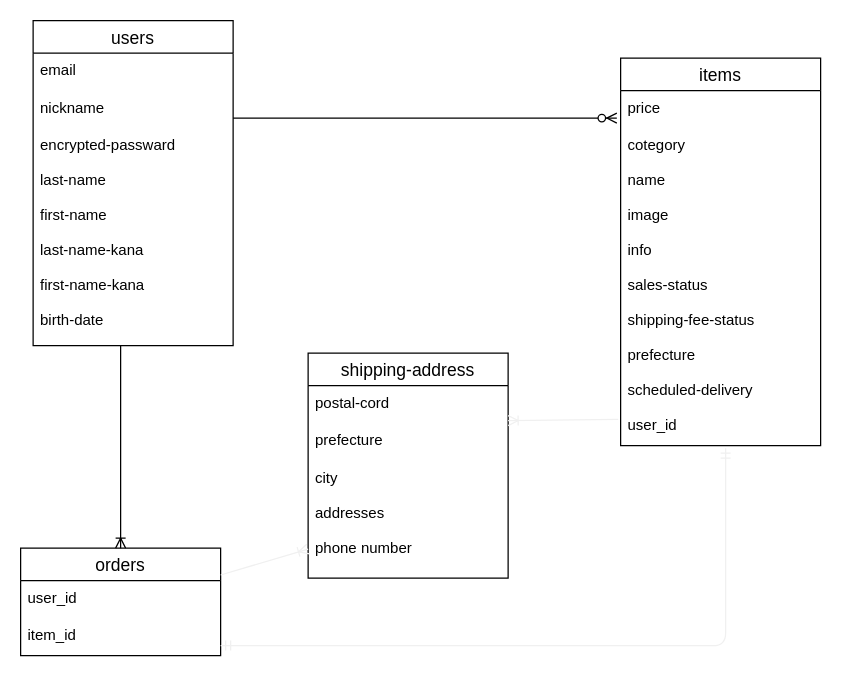
takagi-souma/furima-33513 keeps this draw.io diagram as ER.dio. Above is the earlier version. Source tidied: cells renumbered, new cells numbered last; positions are measured from the earlier drawing's top-left corner, leaving out a move shared by most shapes. Both pictures are drawn from the tidied source at 125%, with x=0, y=0 at pixel (20, 20).
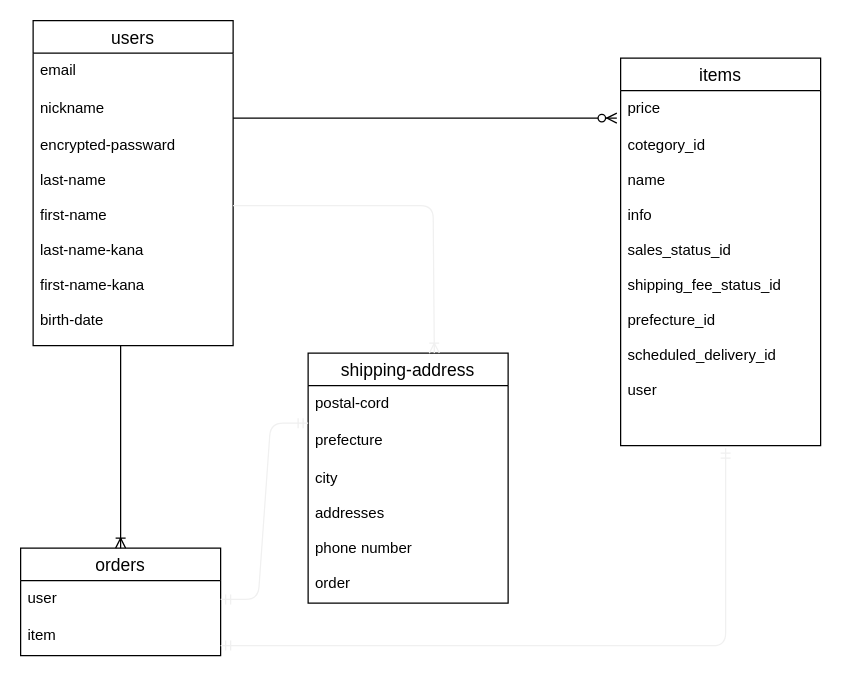
The same diagram, later.

The change refers to these unchanged cells:
```xml
<mxCell id="2" value="items" style="swimlane;fontStyle=0;horizontal=1;startSize=26;align=center;fontSize=14;" parent="1" vertex="1">
  <mxGeometry x="480" y="30" width="160" height="310" as="geometry" />
</mxCell>
<mxCell id="8" value="encrypted-passward&#10;&#10;last-name&#10;&#10;first-name&#10;&#10;last-name-kana&#10;&#10;first-name-kana&#10;&#10;birth-date" style="text;strokeColor=none;fillColor=none;spacingLeft=4;spacingRight=4;overflow=hidden;points=[[0,0.5],[1,0.5]];portConstraint=eastwest;fontSize=12;" parent="5" vertex="1">
  <mxGeometry y="86" width="160" height="174" as="geometry" />
</mxCell>
<mxCell id="10" value="orders" style="swimlane;fontStyle=0;horizontal=1;startSize=26;align=center;fontSize=14;" parent="1" vertex="1">
  <mxGeometry y="422" width="160" height="86" as="geometry" />
</mxCell>
```

Change to the diagram source:
```diff
@@
-    <mxCell id="4" value="cotegory&#10;&#10;name&#10;&#10;image&#10;&#10;info&#10;&#10;sales-status&#10;&#10;shipping-fee-status&#10;&#10;prefecture&#10;&#10;scheduled-delivery&#10;&#10;user_id" style="text;strokeColor=none;fillColor=none;spacingLeft=4;spacingRight=4;overflow=hidden;points=[[0,0.5],[1,0.5]];portConstraint=eastwest;fontSize=12;" parent="2" vertex="1">
+    <mxCell id="4" value="cotegory_id&#10;&#10;name&#10;&#10;info&#10;&#10;sales_status_id&#10;&#10;shipping_fee_status_id&#10;&#10;prefecture_id&#10;&#10;scheduled_delivery_id&#10;&#10;user" style="text;strokeColor=none;fillColor=none;spacingLeft=4;spacingRight=4;overflow=hidden;points=[[0,0.5],[1,0.5]];portConstraint=eastwest;fontSize=12;" parent="2" vertex="1">
       <mxGeometry y="56" width="160" height="254" as="geometry" />
     </mxCell>
@@
-    <mxCell id="11" value="user_id" style="text;strokeColor=none;fillColor=none;spacingLeft=4;spacingRight=4;overflow=hidden;points=[[0,0.5],[1,0.5]];portConstraint=eastwest;fontSize=12;" parent="10" vertex="1">
+    <mxCell id="11" value="user" style="text;strokeColor=none;fillColor=none;spacingLeft=4;spacingRight=4;overflow=hidden;points=[[0,0.5],[1,0.5]];portConstraint=eastwest;fontSize=12;" parent="10" vertex="1">
       <mxGeometry y="26" width="160" height="30" as="geometry" />
     </mxCell>
-    <mxCell id="12" value="item_id" style="text;strokeColor=none;fillColor=none;spacingLeft=4;spacingRight=4;overflow=hidden;points=[[0,0.5],[1,0.5]];portConstraint=eastwest;fontSize=12;" parent="10" vertex="1">
+    <mxCell id="12" value="item" style="text;strokeColor=none;fillColor=none;spacingLeft=4;spacingRight=4;overflow=hidden;points=[[0,0.5],[1,0.5]];portConstraint=eastwest;fontSize=12;" parent="10" vertex="1">
       <mxGeometry y="56" width="160" height="30" as="geometry" />
     </mxCell>
     <mxCell id="13" value="shipping-address" style="swimlane;fontStyle=0;horizontal=1;startSize=26;align=center;fontSize=14;" parent="1" vertex="1">
-      <mxGeometry x="230" y="266" width="160" height="180" as="geometry" />
+      <mxGeometry x="230" y="266" width="160" height="200" as="geometry" />
     </mxCell>
@@
-    <mxCell id="15" style="fontSize=12;html=1;endArrow=ERoneToMany;strokeColor=#f0f0f0;exitX=-0.012;exitY=0.917;exitDx=0;exitDy=0;exitPerimeter=0;" parent="13" edge="1" source="4">
-      <mxGeometry relative="1" as="geometry">
-        <mxPoint x="160" y="54" as="targetPoint" />
-      </mxGeometry>
-    </mxCell>
@@
-    <mxCell id="17" value="city&#10;&#10;addresses&#10;&#10;phone number" style="text;strokeColor=none;fillColor=none;spacingLeft=4;spacingRight=4;overflow=hidden;points=[[0,0.5],[1,0.5]];portConstraint=eastwest;fontSize=12;" parent="13" vertex="1">
-      <mxGeometry y="86" width="160" height="94" as="geometry" />
+    <mxCell id="17" value="city&#10;&#10;addresses&#10;&#10;phone number&#10;&#10;order" style="text;strokeColor=none;fillColor=none;spacingLeft=4;spacingRight=4;overflow=hidden;points=[[0,0.5],[1,0.5]];portConstraint=eastwest;fontSize=12;" parent="13" vertex="1">
+      <mxGeometry y="86" width="160" height="114" as="geometry" />
     </mxCell>
@@
-    <mxCell id="19" style="fontSize=12;html=1;endArrow=ERoneToMany;strokeColor=#f0f0f0;exitX=1;exitY=0.25;exitDx=0;exitDy=0;" parent="1" edge="1" source="10" target="17">
-      <mxGeometry relative="1" as="geometry" />
-    </mxCell>
@@
+    <mxCell id="21" style="edgeStyle=orthogonalEdgeStyle;fontSize=12;html=1;endArrow=ERoneToMany;strokeColor=#f0f0f0;entryX=0.631;entryY=0;entryDx=0;entryDy=0;entryPerimeter=0;exitX=1;exitY=0.356;exitDx=0;exitDy=0;exitPerimeter=0;" parent="1" edge="1" source="8" target="13">
+      <mxGeometry relative="1" as="geometry">
+        <Array as="points">
+          <mxPoint x="330" y="148" />
+        </Array>
+      </mxGeometry>
+    </mxCell>
+    <mxCell id="22" style="edgeStyle=entityRelationEdgeStyle;fontSize=12;html=1;endArrow=ERmandOne;startArrow=ERmandOne;strokeColor=#f0f0f0;exitX=1;exitY=0.5;exitDx=0;exitDy=0;" parent="1" edge="1" source="11">
+      <mxGeometry relative="1" as="geometry">
+        <mxPoint x="230" y="322" as="targetPoint" />
+      </mxGeometry>
+    </mxCell>
```
